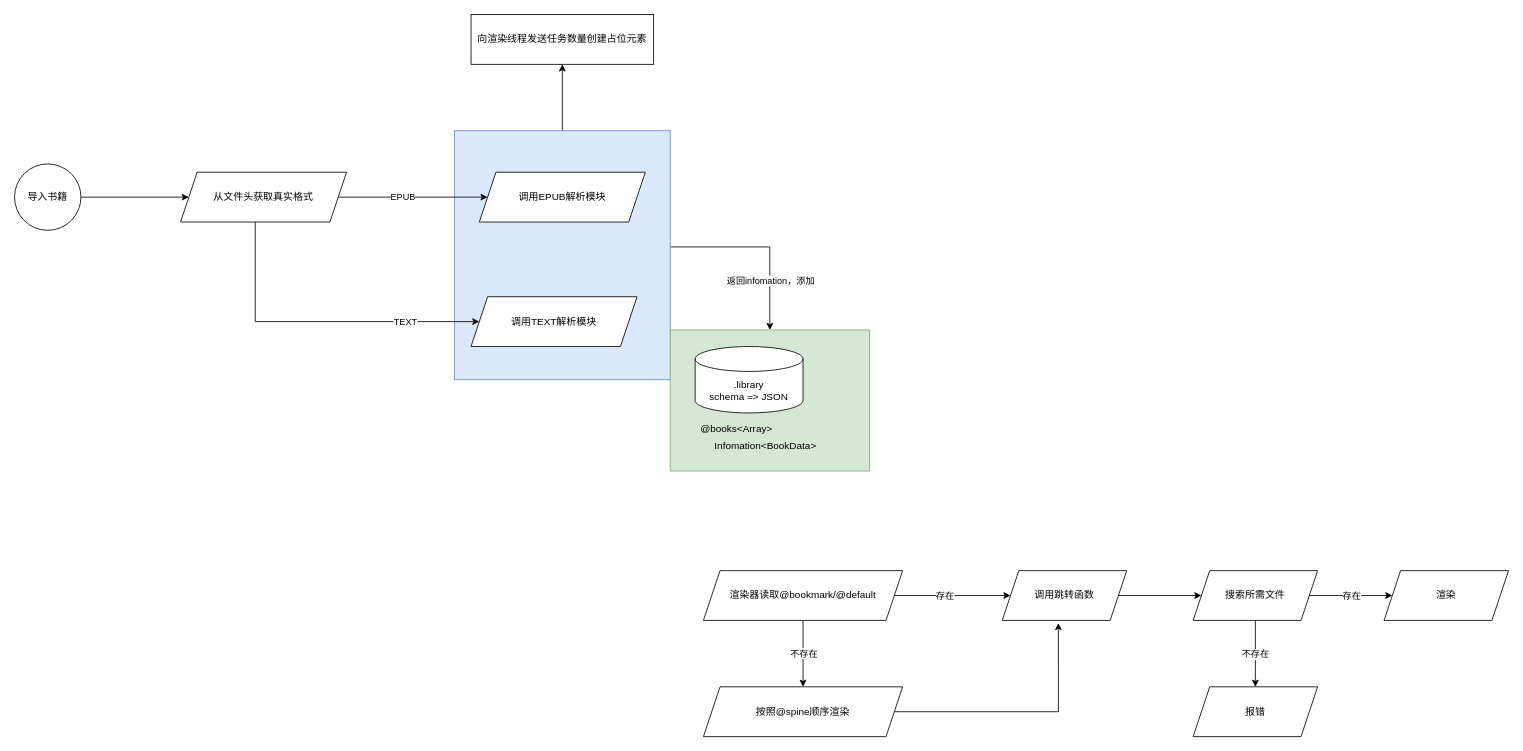
nsplup/aReader keeps this draw.io diagram as page "Main" (1 of 4) of blueprint/Process.drawio. Above is the earlier version. Source tidied: cells renumbered, new cells numbered last; positions are measured from the earlier drawing's top-left corner, leaving out a move shared by most shapes. Both pictures are drawn from the tidied source at 83%, with x=0, y=0 at pixel (14, 14).
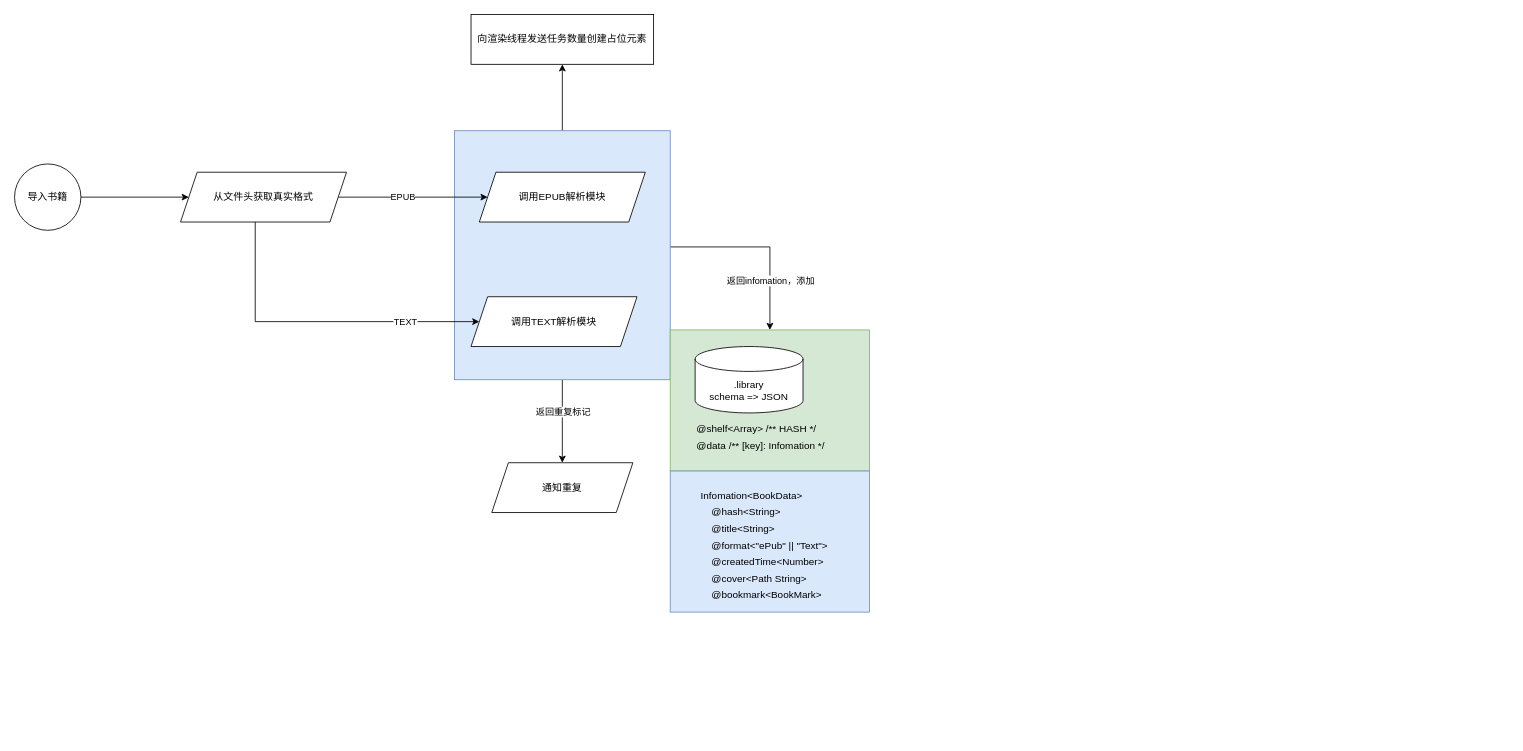
The same diagram, later.

The change refers to these unchanged cells:
```xml
<mxCell id="5" style="rounded=0;whiteSpace=wrap;html=1;labelBackgroundColor=#FFFFFF;fillColor=#dae8fc;strokeColor=#6c8ebf;" parent="1" vertex="1">
  <mxGeometry x="530" y="140" width="260" height="300" as="geometry" />
</mxCell>
```

Change to the diagram source:
```diff
@@
-    <mxCell id="3" style="edgeStyle=orthogonalEdgeStyle;rounded=0;jettySize=auto;html=1;" parent="1" edge="1" source="5" target="6">
+    <mxCell id="3" style="edgeStyle=orthogonalEdgeStyle;rounded=0;jettySize=auto;html=1;" parent="1" edge="1" source="5">
       <mxGeometry relative="1" as="geometry">
+        <mxPoint x="910.1" y="380" as="targetPoint" />
         <Array as="points">
           <mxPoint x="910" y="280" />
         </Array>
       </mxGeometry>
     </mxCell>
@@
+    <mxCell id="36" style="edgeStyle=orthogonalEdgeStyle;rounded=0;jettySize=auto;html=1;" parent="1" edge="1" source="5" target="38">
+      <mxGeometry relative="1" as="geometry" />
+    </mxCell>
+    <mxCell id="37" value="返回重复标记" style="edgeLabel;html=1;align=center;verticalAlign=middle;" parent="36" vertex="1">
+      <mxGeometry x="-0.25" relative="1" as="geometry" />
+    </mxCell>
@@
-    <mxCell id="6" style="rounded=0;whiteSpace=wrap;html=1;fillColor=#d5e8d4;strokeColor=#82b366;" parent="1" vertex="1">
-      <mxGeometry x="790" y="380" width="240" height="170" as="geometry" />
-    </mxCell>
@@
-    <mxCell id="14" value=".library&lt;br&gt;schema =&amp;gt; JSON" style="shape=cylinder3;whiteSpace=wrap;html=1;boundedLbl=1;backgroundOutline=1;size=15;" parent="1" vertex="1">
-      <mxGeometry x="820" y="400" width="130" height="80" as="geometry" />
-    </mxCell>
-    <mxCell id="15" value="Infomation&amp;lt;BookData&amp;gt;" style="text;html=1;strokeColor=none;fillColor=none;align=center;verticalAlign=middle;whiteSpace=wrap;rounded=0;" parent="1" vertex="1">
-      <mxGeometry x="840" y="510" width="130" height="20" as="geometry" />
-    </mxCell>
-    <mxCell id="16" value="@books&amp;lt;Array&amp;gt;" style="text;html=1;strokeColor=none;fillColor=none;align=center;verticalAlign=middle;whiteSpace=wrap;rounded=0;" parent="1" vertex="1">
-      <mxGeometry x="820" y="490" width="100" height="20" as="geometry" />
-    </mxCell>
@@
-    <mxCell id="19" style="edgeStyle=orthogonalEdgeStyle;rounded=0;jettySize=auto;html=1;strokeColor=#000000;" parent="1" edge="1" source="23" target="25">
-      <mxGeometry relative="1" as="geometry" />
-    </mxCell>
-    <mxCell id="20" value="存在" style="edgeLabel;html=1;align=center;verticalAlign=middle;" parent="19" vertex="1">
-      <mxGeometry x="-0.27" y="2" relative="1" as="geometry">
-        <mxPoint x="9.2" y="2" as="offset" />
-      </mxGeometry>
-    </mxCell>
-    <mxCell id="21" style="edgeStyle=orthogonalEdgeStyle;rounded=0;jettySize=auto;html=1;strokeColor=#000000;" parent="1" edge="1" source="23" target="27">
-      <mxGeometry relative="1" as="geometry" />
-    </mxCell>
-    <mxCell id="22" value="不存在" style="edgeLabel;html=1;align=center;verticalAlign=middle;" parent="21" vertex="1">
-      <mxGeometry x="0.16" y="-3" relative="1" as="geometry">
-        <mxPoint x="3" y="-6.9" as="offset" />
-      </mxGeometry>
-    </mxCell>
-    <mxCell id="23" value="渲染器读取@bookmark/@default" style="shape=parallelogram;perimeter=parallelogramPerimeter;whiteSpace=wrap;html=1;fixedSize=1;labelBackgroundColor=#FFFFFF;align=center;" parent="1" vertex="1">
-      <mxGeometry x="830" y="670" width="240" height="60" as="geometry" />
-    </mxCell>
-    <mxCell id="24" style="edgeStyle=orthogonalEdgeStyle;rounded=0;jettySize=auto;html=1;strokeColor=#000000;" parent="1" edge="1" source="25" target="32">
-      <mxGeometry relative="1" as="geometry" />
-    </mxCell>
-    <mxCell id="25" value="调用跳转函数" style="shape=parallelogram;perimeter=parallelogramPerimeter;whiteSpace=wrap;html=1;fixedSize=1;labelBackgroundColor=#FFFFFF;align=center;" parent="1" vertex="1">
-      <mxGeometry x="1190" y="670" width="150" height="60" as="geometry" />
-    </mxCell>
-    <mxCell id="26" style="edgeStyle=orthogonalEdgeStyle;rounded=0;jettySize=auto;html=1;entryX=0.451;entryY=1.052;entryDx=0;entryDy=0;entryPerimeter=0;strokeColor=#000000;" parent="1" edge="1" source="27" target="25">
-      <mxGeometry relative="1" as="geometry" />
-    </mxCell>
-    <mxCell id="27" value="按照@spine顺序渲染" style="shape=parallelogram;perimeter=parallelogramPerimeter;whiteSpace=wrap;html=1;fixedSize=1;labelBackgroundColor=#FFFFFF;align=center;" parent="1" vertex="1">
-      <mxGeometry x="830" y="810" width="240" height="60" as="geometry" />
-    </mxCell>
-    <mxCell id="28" style="edgeStyle=orthogonalEdgeStyle;rounded=0;jettySize=auto;html=1;strokeColor=#000000;" parent="1" edge="1" source="32" target="33">
-      <mxGeometry relative="1" as="geometry" />
-    </mxCell>
-    <mxCell id="29" value="存在" style="edgeLabel;html=1;align=center;verticalAlign=middle;" parent="28" vertex="1">
-      <mxGeometry x="-0.31" relative="1" as="geometry">
-        <mxPoint x="15.6" as="offset" />
-      </mxGeometry>
-    </mxCell>
-    <mxCell id="30" style="edgeStyle=orthogonalEdgeStyle;rounded=0;jettySize=auto;html=1;strokeColor=#000000;" parent="1" edge="1" source="32" target="34">
-      <mxGeometry relative="1" as="geometry" />
-    </mxCell>
-    <mxCell id="31" value="不存在" style="edgeLabel;html=1;align=center;verticalAlign=middle;" parent="30" vertex="1">
-      <mxGeometry x="0.14" y="-1" relative="1" as="geometry">
-        <mxPoint y="-5.7" as="offset" />
-      </mxGeometry>
-    </mxCell>
-    <mxCell id="32" value="搜索所需文件" style="shape=parallelogram;perimeter=parallelogramPerimeter;whiteSpace=wrap;html=1;fixedSize=1;labelBackgroundColor=#FFFFFF;align=center;" parent="1" vertex="1">
-      <mxGeometry x="1420" y="670" width="150" height="60" as="geometry" />
-    </mxCell>
-    <mxCell id="33" value="渲染" style="shape=parallelogram;perimeter=parallelogramPerimeter;whiteSpace=wrap;html=1;fixedSize=1;labelBackgroundColor=#FFFFFF;align=center;" parent="1" vertex="1">
-      <mxGeometry x="1650" y="670" width="150" height="60" as="geometry" />
-    </mxCell>
-    <mxCell id="34" value="报错" style="shape=parallelogram;perimeter=parallelogramPerimeter;whiteSpace=wrap;html=1;fixedSize=1;labelBackgroundColor=#FFFFFF;align=center;" parent="1" vertex="1">
-      <mxGeometry x="1420" y="810" width="150" height="60" as="geometry" />
-    </mxCell>
@@
+    <mxCell id="38" value="通知重复" style="shape=parallelogram;perimeter=parallelogramPerimeter;whiteSpace=wrap;html=1;fixedSize=1;" parent="1" vertex="1">
+      <mxGeometry x="575" y="540" width="170" height="60" as="geometry" />
+    </mxCell>
+    <mxCell id="39" style="group;" parent="1" vertex="1">
+      <mxGeometry x="790" y="380" width="240" height="340" as="geometry" />
+    </mxCell>
+    <mxCell id="40" style="rounded=0;whiteSpace=wrap;html=1;fillColor=#d5e8d4;strokeColor=#82b366;" parent="39" vertex="1">
+      <mxGeometry width="240" height="170" as="geometry" />
+    </mxCell>
+    <mxCell id="14" value=".library&lt;br&gt;schema =&amp;gt; JSON" style="shape=cylinder3;whiteSpace=wrap;html=1;boundedLbl=1;backgroundOutline=1;size=15;" parent="39" vertex="1">
+      <mxGeometry x="30" y="20" width="130" height="80" as="geometry" />
+    </mxCell>
+    <mxCell id="41" value="@shelf&amp;lt;Array&amp;gt; /** HASH */" style="text;html=1;strokeColor=none;fillColor=none;align=left;verticalAlign=middle;whiteSpace=wrap;rounded=0;" parent="39" vertex="1">
+      <mxGeometry x="30" y="110" width="150" height="20" as="geometry" />
+    </mxCell>
+    <mxCell id="42" style="rounded=0;whiteSpace=wrap;html=1;align=left;fillColor=#dae8fc;strokeColor=#6c8ebf;" parent="39" vertex="1">
+      <mxGeometry y="170" width="240" height="170" as="geometry" />
+    </mxCell>
+    <mxCell id="15" value="Infomation&amp;lt;BookData&amp;gt;" style="text;html=1;strokeColor=none;fillColor=none;align=left;verticalAlign=middle;whiteSpace=wrap;rounded=0;" parent="39" vertex="1">
+      <mxGeometry x="35" y="190" width="130" height="20" as="geometry" />
+    </mxCell>
+    <mxCell id="43" value="@title&amp;lt;String&amp;gt;" style="text;html=1;strokeColor=none;fillColor=none;align=left;verticalAlign=middle;whiteSpace=wrap;rounded=0;" parent="39" vertex="1">
+      <mxGeometry x="48" y="230" width="80" height="20" as="geometry" />
+    </mxCell>
+    <mxCell id="44" value="@format&amp;lt;&quot;ePub&quot; || &quot;Text&quot;&amp;gt;" style="text;html=1;strokeColor=none;fillColor=none;align=left;verticalAlign=middle;whiteSpace=wrap;rounded=0;" parent="39" vertex="1">
+      <mxGeometry x="48" y="250" width="150" height="20" as="geometry" />
+    </mxCell>
+    <mxCell id="45" value="@&lt;span class=&quot;RichText ztext&quot; itemprop=&quot;text&quot;&gt;createdTime&lt;/span&gt;&amp;lt;Number&amp;gt;" style="text;html=1;strokeColor=none;fillColor=none;align=left;verticalAlign=middle;whiteSpace=wrap;rounded=0;" parent="39" vertex="1">
+      <mxGeometry x="48" y="270" width="138" height="20" as="geometry" />
+    </mxCell>
+    <mxCell id="46" value="@cover&amp;lt;Path String&amp;gt;" style="text;html=1;strokeColor=none;fillColor=none;align=left;verticalAlign=middle;whiteSpace=wrap;rounded=0;" parent="39" vertex="1">
+      <mxGeometry x="48" y="290" width="125" height="20" as="geometry" />
+    </mxCell>
+    <mxCell id="47" value="@bookmark&amp;lt;BookMark&amp;gt;" style="text;html=1;strokeColor=none;fillColor=none;align=left;verticalAlign=middle;whiteSpace=wrap;rounded=0;" parent="39" vertex="1">
+      <mxGeometry x="48" y="310" width="132" height="20" as="geometry" />
+    </mxCell>
+    <mxCell id="48" value="@data /** [key]: Infomation */" style="text;html=1;strokeColor=none;fillColor=none;align=left;verticalAlign=middle;whiteSpace=wrap;rounded=0;" parent="39" vertex="1">
+      <mxGeometry x="30" y="130" width="160" height="20" as="geometry" />
+    </mxCell>
+    <mxCell id="49" value="@hash&amp;lt;String&amp;gt;" style="text;html=1;strokeColor=none;fillColor=none;align=left;verticalAlign=middle;whiteSpace=wrap;rounded=0;" parent="39" vertex="1">
+      <mxGeometry x="48" y="210" width="80" height="20" as="geometry" />
+    </mxCell>
```
